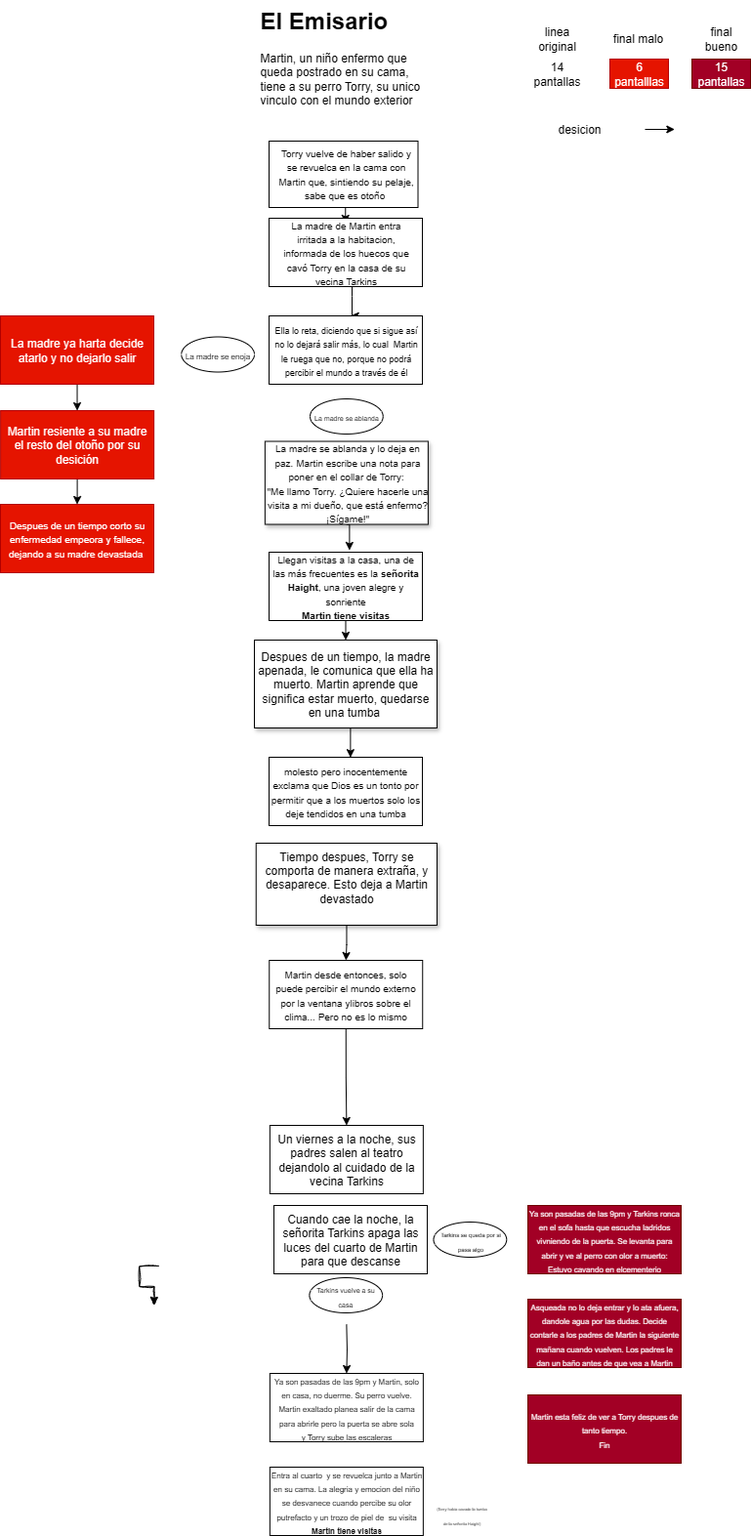
Earlier version of the draw.io export Diagrama E Emisario.drawio.png (ro276/pmiw). Source tidied: cells renumbered, new cells last; positions are measured from the earlier drawing's top-left corner, leaving out a move shared by most shapes.
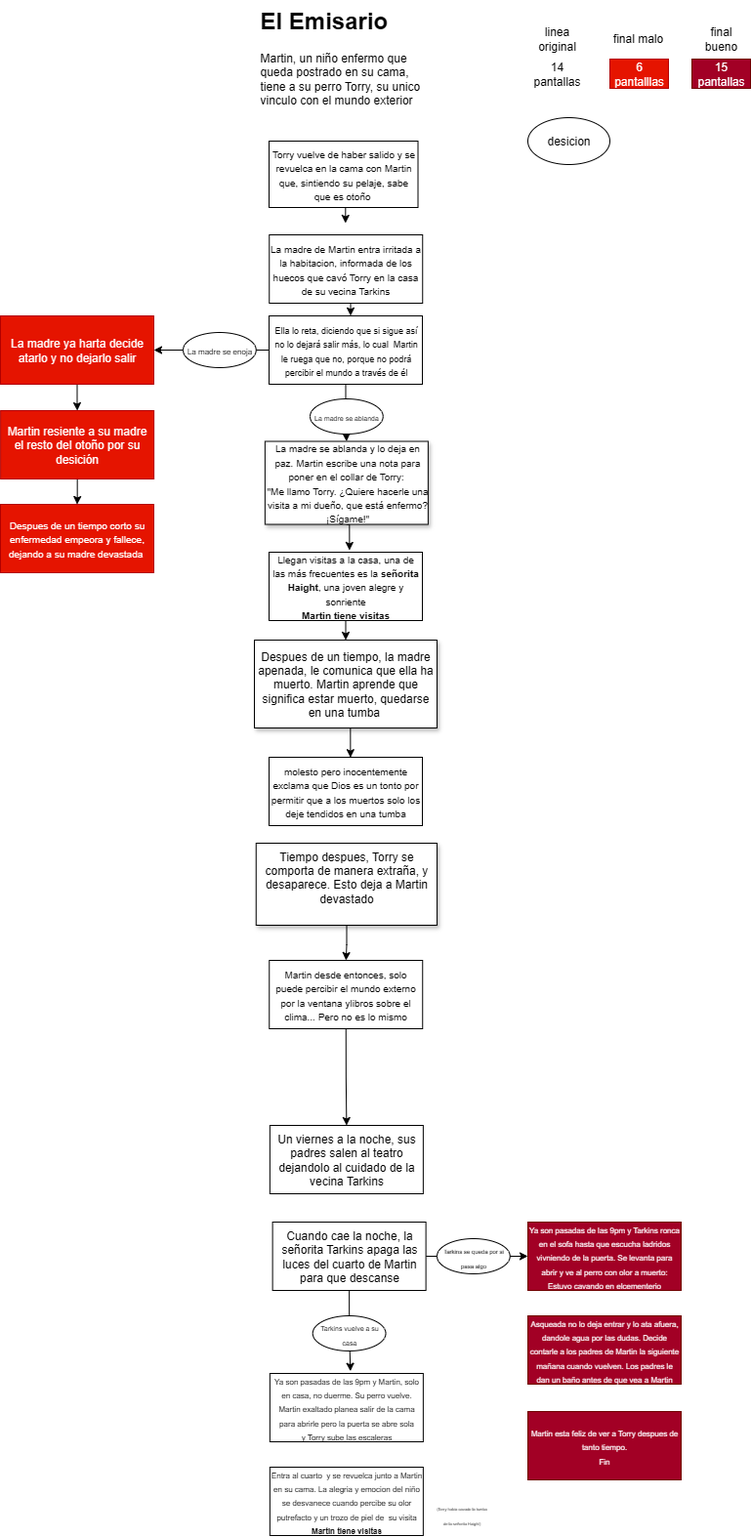
After the change.

The edit, as a diff of the source:
```diff
@@ -7,7 +7,7 @@
         <mxPoint x="353.3" y="228" as="targetPoint" />
       </mxGeometry>
     </mxCell>
-    <mxCell id="3" style="rounded=0;whiteSpace=wrap;html=1;" parent="1" vertex="1">
+    <mxCell id="3" value="&lt;span style=&quot;font-size: x-small;&quot;&gt;Torry vuelve de haber salido y se revuelca en la cama con Martin que, sintiendo su pelaje, sabe que es otoño&amp;nbsp;&lt;/span&gt;" style="rounded=0;whiteSpace=wrap;html=1;" parent="1" vertex="1">
       <mxGeometry x="275" y="144" width="152.5" height="68" as="geometry" />
     </mxCell>
     <mxCell id="4" style="edgeStyle=orthogonalEdgeStyle;rounded=0;jettySize=auto;html=1;entryX=0.532;entryY=-0.002;entryDx=0;entryDy=0;entryPerimeter=0;" parent="1" edge="1" source="5" target="11">
@@ -18,12 +18,9 @@
         </Array>
       </mxGeometry>
     </mxCell>
-    <mxCell id="5" style="rounded=0;whiteSpace=wrap;html=1;" parent="1" vertex="1">
-      <mxGeometry x="275" y="223" width="157" height="70" as="geometry" />
+    <mxCell id="5" value="&lt;span style=&quot;font-size: x-small;&quot;&gt;La madre de Martin entra irritada a la habitacion, informada de los huecos que cavó Torry en la casa de su vecina Tarkins&lt;/span&gt;" style="rounded=0;whiteSpace=wrap;html=1;" parent="1" vertex="1">
+      <mxGeometry x="275.2" y="240" width="157" height="70" as="geometry" />
     </mxCell>
-    <mxCell id="6" value="&lt;font size=&quot;1&quot;&gt;Torry vuelve de haber salido y se revuelca en la cama con Martin que, sintiendo su pelaje, sabe que es otoño&amp;nbsp;&lt;/font&gt;" style="text;html=1;align=center;verticalAlign=middle;whiteSpace=wrap;rounded=0;" parent="1" vertex="1">
-      <mxGeometry x="280.8" y="167" width="145.5" height="20" as="geometry" />
-    </mxCell>
     <mxCell id="7" style="rounded=0;whiteSpace=wrap;html=1;" parent="1" vertex="1">
       <mxGeometry x="275" y="323" width="157" height="70" as="geometry" />
     </mxCell>
@@ -35,9 +32,12 @@
     <mxCell id="9" value="&lt;div style=&quot;text-align: center;&quot;&gt;&lt;font style=&quot;background-color: transparent; color: light-dark(rgb(0, 0, 0), rgb(255, 255, 255)); font-size: 10px;&quot;&gt;La madre se ablanda y lo deja en paz.&amp;nbsp;&lt;/font&gt;&lt;span style=&quot;background-color: transparent; color: light-dark(rgb(0, 0, 0), rgb(255, 255, 255)); font-size: 10px;&quot;&gt;Martin escribe una nota para poner en el collar de Torry:&amp;nbsp;&lt;/span&gt;&lt;/div&gt;&lt;div style=&quot;text-align: center;&quot;&gt;&lt;span style=&quot;font-size: 10px; background-color: transparent; color: light-dark(rgb(0, 0, 0), rgb(255, 255, 255)); text-align: left;&quot;&gt;&quot;&lt;/span&gt;&lt;span style=&quot;font-size: 10px; background-color: transparent; color: light-dark(rgb(0, 0, 0), rgb(255, 255, 255)); text-align: left;&quot;&gt;Me llamo Torry. ¿Quiere hacerle una visita a mi dueño, que está enfermo? ¡Sígame!&quot;&lt;/span&gt;&lt;/div&gt;" style="rounded=0;whiteSpace=wrap;html=1;glass=0;shadow=1;align=left;" parent="1" vertex="1">
       <mxGeometry x="270.9" y="451.5" width="167" height="85" as="geometry" />
     </mxCell>
-    <mxCell id="10" value="&lt;font size=&quot;1&quot;&gt;La madre de Martin entra irritada a la habitacion, informada de los huecos que cavó Torry en la casa de su vecina Tarkins&lt;/font&gt;" style="text;html=1;align=center;verticalAlign=middle;whiteSpace=wrap;rounded=0;" parent="1" vertex="1">
-      <mxGeometry x="280.8" y="248" width="145.5" height="20" as="geometry" />
-    </mxCell>
+    <mxCell id="51" style="edgeStyle=orthogonalEdgeStyle;rounded=0;jettySize=auto;html=1;" parent="1" edge="1" source="11" target="9">
+      <mxGeometry relative="1" as="geometry" />
+    </mxCell>
+    <mxCell id="52" style="edgeStyle=orthogonalEdgeStyle;rounded=0;jettySize=auto;html=1;entryX=1;entryY=0.5;entryDx=0;entryDy=0;" parent="1" edge="1" source="11" target="14">
+      <mxGeometry relative="1" as="geometry" />
+    </mxCell>
     <mxCell id="11" style="rounded=0;whiteSpace=wrap;html=1;" parent="1" vertex="1">
       <mxGeometry x="275" y="323" width="157" height="70" as="geometry" />
     </mxCell>
@@ -92,25 +92,17 @@
     <mxCell id="28" value="&lt;font style=&quot;font-size: 10px; color: rgb(255, 255, 255);&quot;&gt;Despues de un tiempo corto su enfermedad empeora y fallece, dejando a su madre devastada&amp;nbsp;&lt;/font&gt;" style="rounded=0;whiteSpace=wrap;html=1;fillColor=#e51400;strokeColor=#B20000;fontColor=#ffffff;" parent="1" vertex="1">
       <mxGeometry y="516" width="157" height="70" as="geometry" />
     </mxCell>
-    <mxCell id="29" style="edgeStyle=orthogonalEdgeStyle;rounded=0;orthogonalLoop=1;jettySize=auto;html=1;sketch=1;curveFitting=1;jiggle=2;" parent="1" edge="1">
-      <mxGeometry relative="1" as="geometry">
-        <mxPoint x="162.1" y="1296" as="sourcePoint" />
-        <mxPoint x="157.1" y="1336" as="targetPoint" />
-      </mxGeometry>
-    </mxCell>
+    <mxCell id="53" style="edgeStyle=orthogonalEdgeStyle;rounded=0;jettySize=auto;html=1;exitX=1;exitY=0.5;exitDx=0;exitDy=0;entryX=0;entryY=0.5;entryDx=0;entryDy=0;" parent="1" edge="1" source="30" target="33">
+      <mxGeometry relative="1" as="geometry" />
+    </mxCell>
     <mxCell id="30" value="Cuando cae la noche, la señorita Tarkins apaga las luces del cuarto de Martin para que descanse" style="rounded=0;whiteSpace=wrap;html=1;" parent="1" vertex="1">
-      <mxGeometry x="280" y="1234" width="157" height="70" as="geometry" />
+      <mxGeometry x="278.6" y="1251" width="157" height="70" as="geometry" />
     </mxCell>
-    <mxCell id="31" style="edgeStyle=orthogonalEdgeStyle;rounded=0;jettySize=auto;html=1;" parent="1" edge="1" target="32">
-      <mxGeometry relative="1" as="geometry">
-        <mxPoint x="354.4" y="1356" as="sourcePoint" />
-      </mxGeometry>
-    </mxCell>
     <mxCell id="32" value="&lt;span style=&quot;font-size: 8px;&quot;&gt;Ya son pasadas de las 9pm y Martin, solo en casa, no duerme. Su perro vuelve.&lt;/span&gt;&lt;div&gt;&lt;span style=&quot;font-size: 8px;&quot;&gt;Martin exaltado planea salir de la cama para abrirle pero la puerta se abre sola y&amp;nbsp;&lt;/span&gt;&lt;span style=&quot;font-size: 8px; background-color: transparent; color: light-dark(rgb(0, 0, 0), rgb(255, 255, 255));&quot;&gt;Torry sube las escaleras&lt;/span&gt;&lt;/div&gt;" style="rounded=0;whiteSpace=wrap;html=1;" parent="1" vertex="1">
       <mxGeometry x="275.9" y="1406" width="157" height="70" as="geometry" />
     </mxCell>
     <mxCell id="33" value="&lt;span style=&quot;font-size: 8px;&quot;&gt;Ya son pasadas de las 9pm y Tarkins ronca en el sofa hasta que escucha ladridos vivniendo de la puerta. Se levanta para abrir y ve al perro con olor a muerto: Estuvo cavando en elcementerio&lt;/span&gt;" style="rounded=0;whiteSpace=wrap;html=1;fillColor=#a20025;strokeColor=#6F0000;fontColor=#ffffff;" parent="1" vertex="1">
-      <mxGeometry x="540" y="1234" width="157" height="70" as="geometry" />
+      <mxGeometry x="540" y="1251" width="157" height="70" as="geometry" />
     </mxCell>
     <mxCell id="34" value="&lt;span style=&quot;font-size: 8px;&quot;&gt;Entra al cuarto&amp;nbsp; y se revuelca junto a Martin en su cama. La alegria y emocion del niño se desvanece cuando percibe su olor putrefacto y un trozo de piel de&amp;nbsp; su visita&lt;/span&gt;&lt;div&gt;&lt;span style=&quot;font-size: 8px;&quot;&gt;&lt;b&gt;Martin tiene visitas&lt;/b&gt;&lt;/span&gt;&lt;/div&gt;" style="rounded=0;whiteSpace=wrap;html=1;" parent="1" vertex="1">
       <mxGeometry x="275.9" y="1502" width="157" height="70" as="geometry" />
@@ -125,10 +117,10 @@
       <mxGeometry x="708" y="60" width="60" height="30" as="geometry" />
     </mxCell>
     <mxCell id="38" value="&lt;span style=&quot;font-size: 8px;&quot;&gt;Asqueada no lo deja entrar y lo ata afuera, dandole agua por las dudas. Decide contarle a los padres de Martin la siguiente mañana cuando vuelven. Los padres le dan un baño antes de que vea a Martin&lt;/span&gt;" style="rounded=0;whiteSpace=wrap;html=1;fillColor=#a20025;strokeColor=#6F0000;fontColor=#ffffff;" parent="1" vertex="1">
-      <mxGeometry x="540" y="1330" width="157" height="70" as="geometry" />
+      <mxGeometry x="540" y="1347" width="157" height="70" as="geometry" />
     </mxCell>
     <mxCell id="39" value="&lt;span style=&quot;font-size: 8px;&quot;&gt;Martin esta feliz de ver a Torry despues de tanto tiempo.&lt;/span&gt;&lt;div&gt;&lt;span style=&quot;font-size: 8px;&quot;&gt;Fin&lt;/span&gt;&lt;/div&gt;" style="rounded=0;whiteSpace=wrap;html=1;fillColor=#a20025;strokeColor=#6F0000;fontColor=#ffffff;" parent="1" vertex="1">
-      <mxGeometry x="540" y="1428" width="157" height="70" as="geometry" />
+      <mxGeometry x="540" y="1445" width="157" height="70" as="geometry" />
     </mxCell>
     <mxCell id="40" value="linea original" style="text;html=1;align=center;verticalAlign=middle;whiteSpace=wrap;rounded=0;" parent="1" vertex="1">
       <mxGeometry x="540" y="24" width="60" height="30" as="geometry" />
@@ -142,32 +134,28 @@
     <mxCell id="43" value="&lt;span style=&quot;font-size: 4px; text-align: left;&quot;&gt;(Torry habia cavado la tumba de la señorita Haight)&lt;/span&gt;" style="text;html=1;align=center;verticalAlign=middle;whiteSpace=wrap;rounded=0;" parent="1" vertex="1">
       <mxGeometry x="444.4" y="1536" width="57" height="26" as="geometry" />
     </mxCell>
-    <mxCell id="44" style="endArrow=classic;html=1;rounded=0;" parent="1" edge="1">
-      <mxGeometry relative="1" as="geometry">
-        <mxPoint x="660" y="132" as="sourcePoint" />
-        <mxPoint x="690.3" y="132" as="targetPoint" />
-      </mxGeometry>
-    </mxCell>
-    <mxCell id="45" style="endArrow=classic;html=1;rounded=1;fillColor=#ffcd28;strokeColor=#FFFFFF;curved=0;sketch=1;curveFitting=1;jiggle=2;gradientColor=#ffa500;" parent="1" edge="1">
-      <mxGeometry relative="1" as="geometry">
-        <mxPoint x="569.7" y="144" as="sourcePoint" />
-        <mxPoint x="600" y="144" as="targetPoint" />
-      </mxGeometry>
-    </mxCell>
-    <mxCell id="46" value="desicion" style="text;html=1;align=center;verticalAlign=middle;whiteSpace=wrap;rounded=0;" parent="1" vertex="1">
-      <mxGeometry x="562.5" y="120" width="60" height="24" as="geometry" />
-    </mxCell>
     <mxCell id="47" value="&lt;font style=&quot;font-size: 7px;&quot;&gt;La madre se ablanda&lt;/font&gt;" style="ellipse;whiteSpace=wrap;html=1;" parent="1" vertex="1">
       <mxGeometry x="317" y="408" width="74.7" height="36" as="geometry" />
     </mxCell>
     <mxCell id="48" value="&lt;font style=&quot;font-size: 8px;&quot;&gt;La madre se enoja&lt;/font&gt;" style="ellipse;whiteSpace=wrap;html=1;" parent="1" vertex="1">
-      <mxGeometry x="185.3" y="344.5" width="74.7" height="36" as="geometry" />
+      <mxGeometry x="187" y="340" width="74.7" height="36" as="geometry" />
     </mxCell>
+    <mxCell id="50" value="&lt;font style=&quot;font-size: 6px;&quot;&gt;Tarkins se queda por si pasa algo&lt;/font&gt;" style="ellipse;whiteSpace=wrap;html=1;" parent="1" vertex="1">
+      <mxGeometry x="447" y="1268" width="74.7" height="36" as="geometry" />
+    </mxCell>
+    <mxCell id="54" style="edgeStyle=orthogonalEdgeStyle;rounded=0;jettySize=auto;html=1;" parent="1" edge="1" target="49">
+      <mxGeometry relative="1" as="geometry">
+        <mxPoint x="354.4" y="1356" as="sourcePoint" />
+      </mxGeometry>
+    </mxCell>
+    <mxCell id="55" style="edgeStyle=orthogonalEdgeStyle;rounded=0;jettySize=auto;html=1;exitX=0.5;exitY=1;exitDx=0;exitDy=0;entryX=0.525;entryY=-0.033;entryDx=0;entryDy=0;entryPerimeter=0;" parent="1" edge="1" source="30" target="32">
+      <mxGeometry relative="1" as="geometry" />
+    </mxCell>
     <mxCell id="49" value="&lt;font style=&quot;font-size: 7px;&quot;&gt;Tarkins vuelve a su casa&lt;/font&gt;" style="ellipse;whiteSpace=wrap;html=1;" parent="1" vertex="1">
-      <mxGeometry x="316.4" y="1308" width="74.7" height="36" as="geometry" />
+      <mxGeometry x="319.8" y="1347" width="74.7" height="36" as="geometry" />
     </mxCell>
-    <mxCell id="50" value="&lt;font style=&quot;font-size: 6px;&quot;&gt;Tarkins se queda por si pasa algo&lt;/font&gt;" style="ellipse;whiteSpace=wrap;html=1;" parent="1" vertex="1">
-      <mxGeometry x="443.5" y="1251" width="74.7" height="36" as="geometry" />
-    </mxCell>
+    <mxCell id="46" value="desicion" style="ellipse;whiteSpace=wrap;html=1;" parent="1" vertex="1">
+      <mxGeometry x="540" y="120" width="84" height="48" as="geometry" />
+    </mxCell>
   </root>
 </mxGraphModel>
```
